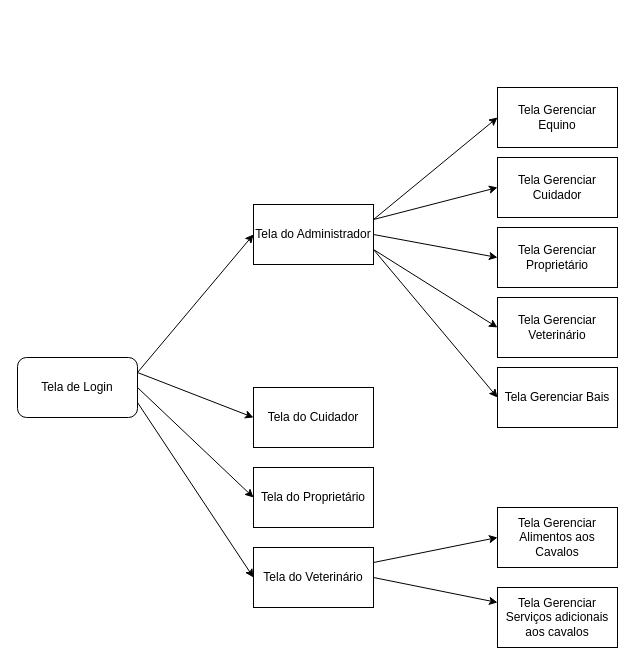
Before: page "Fluxo de Telas" (1 of 4) of diagramas/haras_telas.drawio in Iagoarrighi/LPS-Haras, a draw.io diagram. Source tidied: cells renumbered, new cells numbered last; positions are measured from the earlier drawing's top-left corner, leaving out a move shared by most shapes. Both pictures are drawn from the tidied source at 100%, with x=0, y=0 at pixel (17, 87).
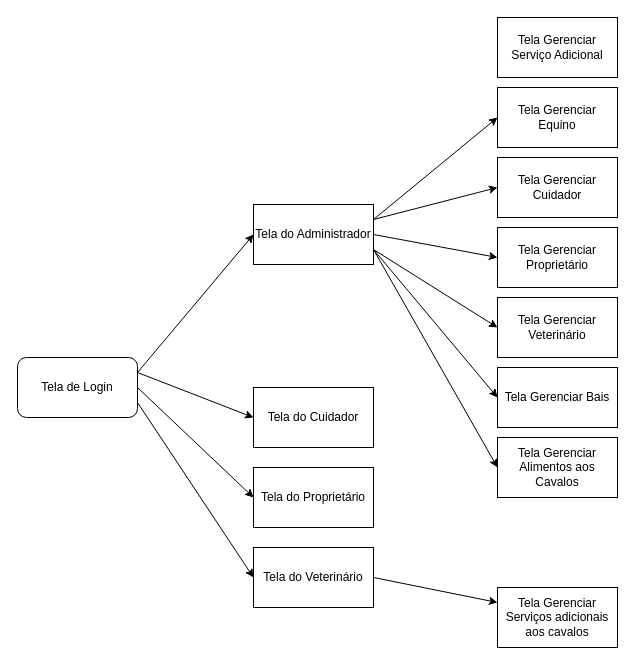
Above is the later version.

Unchanged cells that the change refers to:
```xml
<mxCell id="3" value="Tela do Administrador" style="rounded=0;whiteSpace=wrap;html=1;strokeColor=default;" parent="1" vertex="1">
  <mxGeometry x="236" y="117" width="120" height="60" as="geometry" />
</mxCell>
<mxCell id="6" value="Tela do Veterinário" style="rounded=0;whiteSpace=wrap;html=1;strokeColor=default;" parent="1" vertex="1">
  <mxGeometry x="236" y="460" width="120" height="60" as="geometry" />
</mxCell>
```

The edit, as a diff of the source:
```diff
@@
     <mxCell id="19" value="Tela Gerenciar Alimentos aos Cavalos" style="rounded=0;whiteSpace=wrap;html=1;strokeColor=default;" parent="1" vertex="1">
-      <mxGeometry x="480" y="420" width="120" height="60" as="geometry" />
+      <mxGeometry x="480" y="350" width="120" height="60" as="geometry" />
     </mxCell>
-    <mxCell id="20" style="endArrow=classic;html=1;rounded=0;entryX=0;entryY=0.5;entryDx=0;entryDy=0;exitX=1;exitY=0.25;exitDx=0;exitDy=0;" parent="1" edge="1" source="6" target="19">
+    <mxCell id="20" style="endArrow=classic;html=1;rounded=0;entryX=0;entryY=0.5;entryDx=0;entryDy=0;exitX=1;exitY=0.75;exitDx=0;exitDy=0;" parent="1" edge="1" source="3" target="19">
       <mxGeometry relative="1" as="geometry" />
     </mxCell>
@@
+    <mxCell id="25" value="Tela Gerenciar Serviço Adicional" style="rounded=0;whiteSpace=wrap;html=1;" parent="1" vertex="1">
+      <mxGeometry x="480" y="-70" width="120" height="60" as="geometry" />
+    </mxCell>
```
